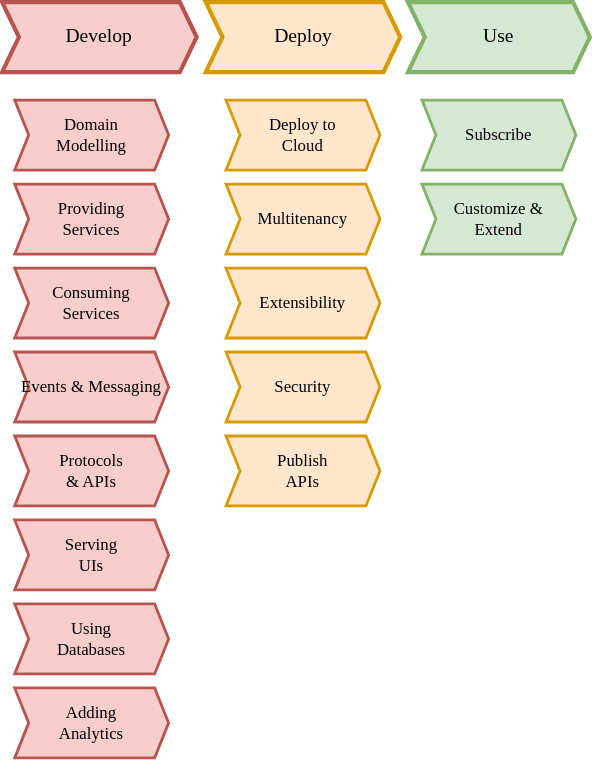
Before: guides/assets/cookbook-overview.drawio.svg, a diagram exported from draw.io (cap-js/docs). Source tidied: cells renumbered, new cells last; positions are measured from the earlier drawing's top-left corner, leaving out a move shared by most shapes.
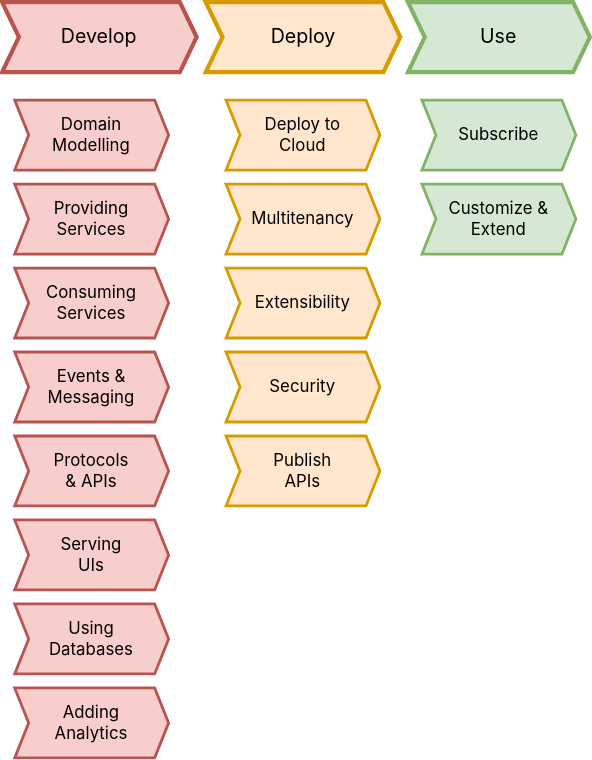
The same file after the commit.

Commit message:
Fix Cookbook Overview SVG font

Change to the diagram source:
```diff
@@ -2,58 +2,58 @@
   <root>
     <mxCell id="0" />
     <mxCell id="1" parent="0" />
-    <mxCell id="2" value="Domain &lt;br&gt;Modelling" style="shape=step;perimeter=stepPerimeter;whiteSpace=wrap;html=1;fixedSize=1;size=10;fillColor=#f8cecc;strokeColor=#b85450;fontFamily=Avenir Next Medium;strokeWidth=2;" parent="1" vertex="1">
+    <mxCell id="2" value="Domain &lt;br&gt;Modelling" style="shape=step;perimeter=stepPerimeter;whiteSpace=wrap;html=1;fixedSize=1;size=10;fillColor=#f8cecc;strokeColor=#b85450;fontFamily='Avenir Next', 'Inter var', 'Inter', Helvetica, Arial, sans-serif;strokeWidth=2;" parent="1" vertex="1">
       <mxGeometry x="9" y="70" width="110" height="50" as="geometry" />
     </mxCell>
-    <mxCell id="3" value="Providing&lt;br&gt;Services" style="shape=step;perimeter=stepPerimeter;whiteSpace=wrap;html=1;fixedSize=1;size=10;fillColor=#f8cecc;strokeColor=#b85450;fontFamily=Avenir Next Medium;strokeWidth=2;" parent="1" vertex="1">
+    <mxCell id="3" value="Providing&lt;br&gt;Services" style="shape=step;perimeter=stepPerimeter;whiteSpace=wrap;html=1;fixedSize=1;size=10;fillColor=#f8cecc;strokeColor=#b85450;fontFamily='Avenir Next', 'Inter var', 'Inter', Helvetica, Arial, sans-serif;strokeWidth=2;" parent="1" vertex="1">
       <mxGeometry x="9" y="130" width="110" height="50" as="geometry" />
     </mxCell>
-    <mxCell id="4" value="Consuming&lt;br&gt;Services" style="shape=step;perimeter=stepPerimeter;whiteSpace=wrap;html=1;fixedSize=1;size=10;fillColor=#f8cecc;strokeColor=#b85450;fontFamily=Avenir Next Medium;strokeWidth=2;" parent="1" vertex="1">
+    <mxCell id="4" value="Consuming&lt;br&gt;Services" style="shape=step;perimeter=stepPerimeter;whiteSpace=wrap;html=1;fixedSize=1;size=10;fillColor=#f8cecc;strokeColor=#b85450;fontFamily='Avenir Next', 'Inter var', 'Inter', Helvetica, Arial, sans-serif;strokeWidth=2;" parent="1" vertex="1">
       <mxGeometry x="9" y="190" width="110" height="50" as="geometry" />
     </mxCell>
-    <mxCell id="5" value="Using&lt;br&gt;Databases" style="shape=step;perimeter=stepPerimeter;whiteSpace=wrap;html=1;fixedSize=1;size=10;fillColor=#f8cecc;strokeColor=#b85450;fontFamily=Avenir Next Medium;strokeWidth=2;" parent="1" vertex="1">
+    <mxCell id="5" value="Using&lt;br&gt;Databases" style="shape=step;perimeter=stepPerimeter;whiteSpace=wrap;html=1;fixedSize=1;size=10;fillColor=#f8cecc;strokeColor=#b85450;fontFamily='Avenir Next', 'Inter var', 'Inter', Helvetica, Arial, sans-serif;strokeWidth=2;" parent="1" vertex="1">
       <mxGeometry x="9" y="430" width="110" height="50" as="geometry" />
     </mxCell>
-    <mxCell id="6" value="Develop" style="shape=step;perimeter=stepPerimeter;whiteSpace=wrap;html=1;fixedSize=1;size=12;fillColor=#f8cecc;strokeColor=#b85450;strokeWidth=3;fontSize=14;fontFamily=Avenir Next Medium;" parent="1" vertex="1">
+    <mxCell id="6" value="Develop" style="shape=step;perimeter=stepPerimeter;whiteSpace=wrap;html=1;fixedSize=1;size=12;fillColor=#f8cecc;strokeColor=#b85450;strokeWidth=3;fontSize=14;fontFamily='Avenir Next', 'Inter var', 'Inter', Helvetica, Arial, sans-serif;" parent="1" vertex="1">
       <mxGeometry width="139" height="50" as="geometry" />
     </mxCell>
-    <mxCell id="7" value="Deploy" style="shape=step;perimeter=stepPerimeter;whiteSpace=wrap;html=1;fixedSize=1;size=12;fillColor=#ffe6cc;strokeColor=#d79b00;strokeWidth=3;fontSize=14;fontFamily=Avenir Next Medium;" parent="1" vertex="1">
+    <mxCell id="7" value="Deploy" style="shape=step;perimeter=stepPerimeter;whiteSpace=wrap;html=1;fixedSize=1;size=12;fillColor=#ffe6cc;strokeColor=#d79b00;strokeWidth=3;fontSize=14;fontFamily='Avenir Next', 'Inter var', 'Inter', Helvetica, Arial, sans-serif;" parent="1" vertex="1">
       <mxGeometry x="145.5" width="139" height="50" as="geometry" />
     </mxCell>
-    <mxCell id="8" value="Serving &lt;br&gt;UIs" style="shape=step;perimeter=stepPerimeter;whiteSpace=wrap;html=1;fixedSize=1;size=10;fillColor=#f8cecc;strokeColor=#b85450;fontFamily=Avenir Next Medium;strokeWidth=2;" parent="1" vertex="1">
+    <mxCell id="8" value="Serving &lt;br&gt;UIs" style="shape=step;perimeter=stepPerimeter;whiteSpace=wrap;html=1;fixedSize=1;size=10;fillColor=#f8cecc;strokeColor=#b85450;fontFamily='Avenir Next', 'Inter var', 'Inter', Helvetica, Arial, sans-serif;strokeWidth=2;" parent="1" vertex="1">
       <mxGeometry x="9" y="370" width="110" height="50" as="geometry" />
     </mxCell>
-    <mxCell id="9" value="Deploy to &lt;br&gt;Cloud" style="shape=step;perimeter=stepPerimeter;whiteSpace=wrap;html=1;fixedSize=1;size=10;fillColor=#ffe6cc;strokeColor=#d79b00;fontFamily=Avenir Next Medium;strokeWidth=2;" parent="1" vertex="1">
+    <mxCell id="9" value="Deploy to &lt;br&gt;Cloud" style="shape=step;perimeter=stepPerimeter;whiteSpace=wrap;html=1;fixedSize=1;size=10;fillColor=#ffe6cc;strokeColor=#d79b00;fontFamily='Avenir Next', 'Inter var', 'Inter', Helvetica, Arial, sans-serif;strokeWidth=2;" parent="1" vertex="1">
       <mxGeometry x="160" y="70" width="110" height="50" as="geometry" />
     </mxCell>
-    <mxCell id="10" value="Extensibility" style="shape=step;perimeter=stepPerimeter;whiteSpace=wrap;html=1;fixedSize=1;size=10;fillColor=#ffe6cc;strokeColor=#d79b00;fontFamily=Avenir Next Medium;strokeWidth=2;" parent="1" vertex="1">
+    <mxCell id="10" value="Extensibility" style="shape=step;perimeter=stepPerimeter;whiteSpace=wrap;html=1;fixedSize=1;size=10;fillColor=#ffe6cc;strokeColor=#d79b00;fontFamily='Avenir Next', 'Inter var', 'Inter', Helvetica, Arial, sans-serif;strokeWidth=2;" parent="1" vertex="1">
       <mxGeometry x="160" y="190" width="110" height="50" as="geometry" />
     </mxCell>
-    <mxCell id="11" value="Customize &amp;amp;&lt;br&gt;Extend" style="shape=step;perimeter=stepPerimeter;whiteSpace=wrap;html=1;fixedSize=1;size=10;fillColor=#d5e8d4;strokeColor=#82b366;fontFamily=Avenir Next Medium;strokeWidth=2;" parent="1" vertex="1">
+    <mxCell id="11" value="Customize &amp;amp;&lt;br&gt;Extend" style="shape=step;perimeter=stepPerimeter;whiteSpace=wrap;html=1;fixedSize=1;size=10;fillColor=#d5e8d4;strokeColor=#82b366;fontFamily='Avenir Next', 'Inter var', 'Inter', Helvetica, Arial, sans-serif;strokeWidth=2;" parent="1" vertex="1">
       <mxGeometry x="300" y="130" width="110" height="50" as="geometry" />
     </mxCell>
-    <mxCell id="12" value="Use" style="shape=step;perimeter=stepPerimeter;whiteSpace=wrap;html=1;fixedSize=1;size=12;fillColor=#d5e8d4;strokeColor=#82b366;strokeWidth=3;fontSize=14;fontFamily=Avenir Next Medium;" parent="1" vertex="1">
+    <mxCell id="12" value="Use" style="shape=step;perimeter=stepPerimeter;whiteSpace=wrap;html=1;fixedSize=1;size=12;fillColor=#d5e8d4;strokeColor=#82b366;strokeWidth=3;fontSize=14;fontFamily='Avenir Next', 'Inter var', 'Inter', Helvetica, Arial, sans-serif;" parent="1" vertex="1">
       <mxGeometry x="290" width="130" height="50" as="geometry" />
     </mxCell>
-    <mxCell id="13" value="Multitenancy" style="shape=step;perimeter=stepPerimeter;whiteSpace=wrap;html=1;fixedSize=1;size=10;fillColor=#ffe6cc;strokeColor=#d79b00;fontFamily=Avenir Next Medium;strokeWidth=2;" parent="1" vertex="1">
+    <mxCell id="13" value="Multitenancy" style="shape=step;perimeter=stepPerimeter;whiteSpace=wrap;html=1;fixedSize=1;size=10;fillColor=#ffe6cc;strokeColor=#d79b00;fontFamily='Avenir Next', 'Inter var', 'Inter', Helvetica, Arial, sans-serif;strokeWidth=2;" parent="1" vertex="1">
       <mxGeometry x="160" y="130" width="110" height="50" as="geometry" />
     </mxCell>
-    <mxCell id="14" value="Publish &lt;br&gt;APIs" style="shape=step;perimeter=stepPerimeter;whiteSpace=wrap;html=1;fixedSize=1;size=10;fillColor=#ffe6cc;strokeColor=#d79b00;fontFamily=Avenir Next Medium;strokeWidth=2;" parent="1" vertex="1">
+    <mxCell id="14" value="Publish &lt;br&gt;APIs" style="shape=step;perimeter=stepPerimeter;whiteSpace=wrap;html=1;fixedSize=1;size=10;fillColor=#ffe6cc;strokeColor=#d79b00;fontFamily='Avenir Next', 'Inter var', 'Inter', Helvetica, Arial, sans-serif;strokeWidth=2;" parent="1" vertex="1">
       <mxGeometry x="160" y="310" width="110" height="50" as="geometry" />
     </mxCell>
-    <mxCell id="15" value="Subscribe" style="shape=step;perimeter=stepPerimeter;whiteSpace=wrap;html=1;fixedSize=1;size=10;fillColor=#d5e8d4;strokeColor=#82b366;fontFamily=Avenir Next Medium;strokeWidth=2;" parent="1" vertex="1">
+    <mxCell id="15" value="Subscribe" style="shape=step;perimeter=stepPerimeter;whiteSpace=wrap;html=1;fixedSize=1;size=10;fillColor=#d5e8d4;strokeColor=#82b366;fontFamily='Avenir Next', 'Inter var', 'Inter', Helvetica, Arial, sans-serif;strokeWidth=2;" parent="1" vertex="1">
       <mxGeometry x="300" y="70" width="110" height="50" as="geometry" />
     </mxCell>
-    <mxCell id="16" value="Events &amp;amp; Messaging" style="shape=step;perimeter=stepPerimeter;whiteSpace=wrap;html=1;fixedSize=1;size=10;fillColor=#f8cecc;strokeColor=#b85450;fontFamily=Avenir Next Medium;strokeWidth=2;" parent="1" vertex="1">
+    <mxCell id="16" value="Events &amp;amp; Messaging" style="shape=step;perimeter=stepPerimeter;whiteSpace=wrap;html=1;fixedSize=1;size=10;fillColor=#f8cecc;strokeColor=#b85450;fontFamily='Avenir Next', 'Inter var', 'Inter', Helvetica, Arial, sans-serif;strokeWidth=2;" parent="1" vertex="1">
       <mxGeometry x="9" y="250" width="110" height="50" as="geometry" />
     </mxCell>
-    <mxCell id="17" value="Protocols &lt;br&gt;&amp;amp; APIs" style="shape=step;perimeter=stepPerimeter;whiteSpace=wrap;html=1;fixedSize=1;size=10;fillColor=#f8cecc;strokeColor=#b85450;fontFamily=Avenir Next Medium;strokeWidth=2;" parent="1" vertex="1">
+    <mxCell id="17" value="Protocols &lt;br&gt;&amp;amp; APIs" style="shape=step;perimeter=stepPerimeter;whiteSpace=wrap;html=1;fixedSize=1;size=10;fillColor=#f8cecc;strokeColor=#b85450;fontFamily='Avenir Next', 'Inter var', 'Inter', Helvetica, Arial, sans-serif;strokeWidth=2;" parent="1" vertex="1">
       <mxGeometry x="9" y="310" width="110" height="50" as="geometry" />
     </mxCell>
-    <mxCell id="18" value="Adding &lt;br&gt;Analytics" style="shape=step;perimeter=stepPerimeter;whiteSpace=wrap;html=1;fixedSize=1;size=10;fillColor=#f8cecc;strokeColor=#b85450;fontFamily=Avenir Next Medium;strokeWidth=2;" parent="1" vertex="1">
+    <mxCell id="18" value="Adding &lt;br&gt;Analytics" style="shape=step;perimeter=stepPerimeter;whiteSpace=wrap;html=1;fixedSize=1;size=10;fillColor=#f8cecc;strokeColor=#b85450;fontFamily='Avenir Next', 'Inter var', 'Inter', Helvetica, Arial, sans-serif;strokeWidth=2;" parent="1" vertex="1">
       <mxGeometry x="9" y="490" width="110" height="50" as="geometry" />
     </mxCell>
-    <mxCell id="19" value="Security" style="shape=step;perimeter=stepPerimeter;whiteSpace=wrap;html=1;fixedSize=1;size=10;fillColor=#ffe6cc;strokeColor=#d79b00;fontFamily=Avenir Next Medium;strokeWidth=2;" parent="1" vertex="1">
+    <mxCell id="19" value="Security" style="shape=step;perimeter=stepPerimeter;whiteSpace=wrap;html=1;fixedSize=1;size=10;fillColor=#ffe6cc;strokeColor=#d79b00;fontFamily='Avenir Next', 'Inter var', 'Inter', Helvetica, Arial, sans-serif;strokeWidth=2;" parent="1" vertex="1">
       <mxGeometry x="160" y="250" width="110" height="50" as="geometry" />
     </mxCell>
   </root>
```
